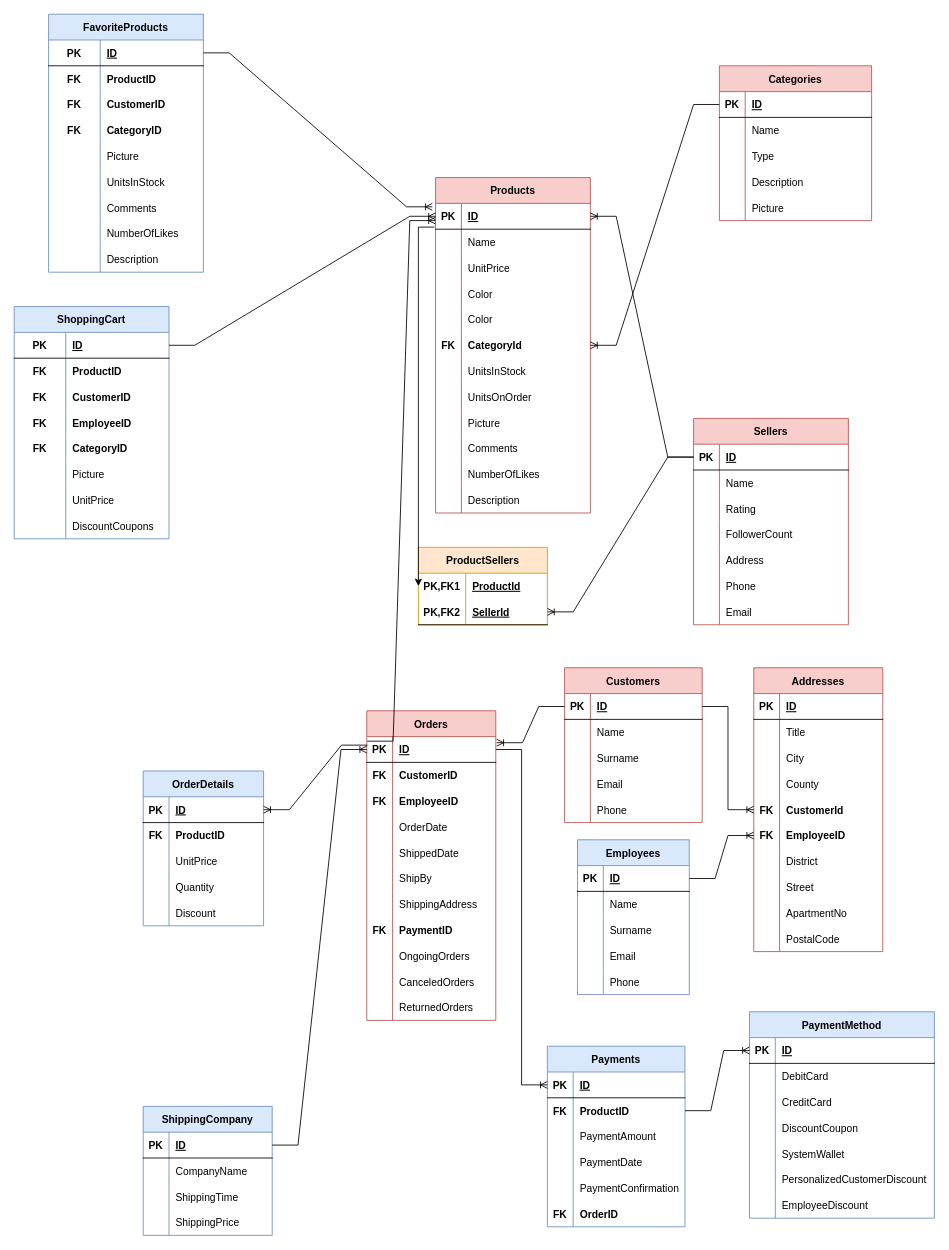
The draw.io diagram Untitled Diagram.drawio in HandeYetisen/AkademiOdevlerPair, before the edit. Source tidied: cells renumbered, new cells numbered last; positions are measured from the earlier drawing's top-left corner, leaving out a move shared by most shapes. Both pictures are drawn from the tidied source at 86%, with x=0, y=0 at pixel (14, 14).
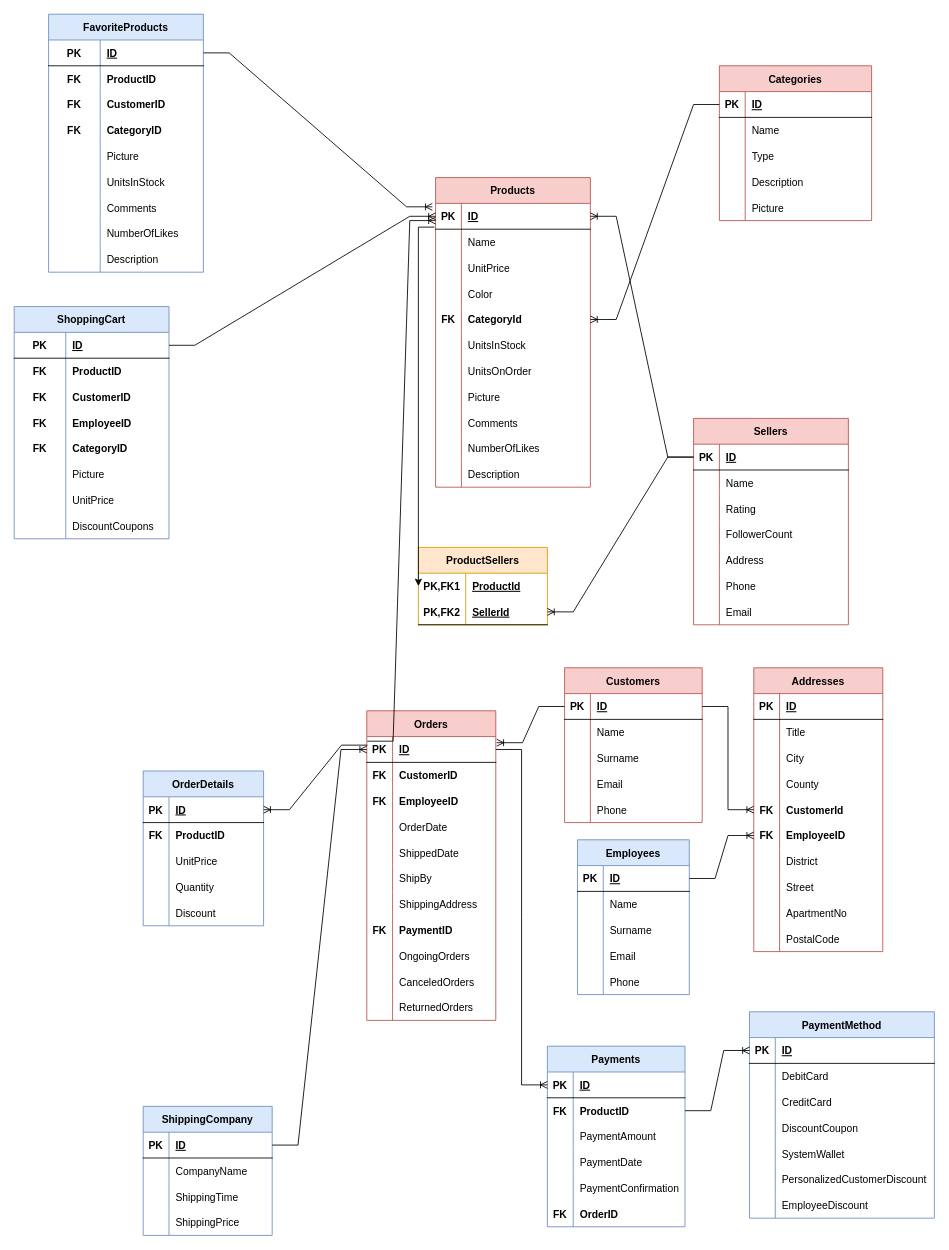
The same diagram, later.

Diff of the diagram source:
```diff
@@
     <mxCell id="2" value="Products" style="shape=table;startSize=30;childLayout=tableLayout;rowLines=0;fontStyle=1;align=center;fillColor=#f8cecc;strokeColor=#b85450;" parent="1" vertex="1">
-      <mxGeometry x="490" y="190" width="180" height="390" as="geometry" />
+      <mxGeometry x="490" y="190" width="180" height="360" as="geometry" />
     </mxCell>
@@
-    <mxCell id="15" style="shape=tableRow;horizontal=0;startSize=0;swimlaneHead=0;swimlaneBody=0;fillColor=none;top=0;left=0;right=0;bottom=0;" parent="2" vertex="1">
-      <mxGeometry y="150" width="180" height="30" as="geometry" />
-    </mxCell>
-    <mxCell id="16" style="shape=partialRectangle;fillColor=none;top=0;left=0;bottom=0;right=0;overflow=hidden;" parent="15" vertex="1">
-      <mxGeometry width="30" height="30" as="geometry" />
-    </mxCell>
-    <mxCell id="17" value="Color" style="shape=partialRectangle;fillColor=none;top=0;left=0;bottom=0;right=0;align=left;spacingLeft=6;overflow=hidden;" parent="15" vertex="1">
-      <mxGeometry x="30" width="150" height="30" as="geometry" />
-    </mxCell>
     <mxCell id="18" style="shape=tableRow;horizontal=0;startSize=0;swimlaneHead=0;swimlaneBody=0;fillColor=none;points=[[0,0.5],[1,0.5]];portConstraint=eastwest;top=0;left=0;right=0;bottom=0;" parent="2" vertex="1">
-      <mxGeometry y="180" width="180" height="30" as="geometry" />
+      <mxGeometry y="150" width="180" height="30" as="geometry" />
     </mxCell>
@@
     <mxCell id="21" style="shape=tableRow;horizontal=0;startSize=0;swimlaneHead=0;swimlaneBody=0;fillColor=none;top=0;left=0;right=0;bottom=0;" parent="2" vertex="1">
-      <mxGeometry y="210" width="180" height="30" as="geometry" />
+      <mxGeometry y="180" width="180" height="30" as="geometry" />
     </mxCell>
@@
     <mxCell id="24" style="shape=tableRow;horizontal=0;startSize=0;swimlaneHead=0;swimlaneBody=0;fillColor=none;top=0;left=0;right=0;bottom=0;" parent="2" vertex="1">
-      <mxGeometry y="240" width="180" height="30" as="geometry" />
+      <mxGeometry y="210" width="180" height="30" as="geometry" />
     </mxCell>
@@
     <mxCell id="27" style="shape=tableRow;horizontal=0;startSize=0;swimlaneHead=0;swimlaneBody=0;fillColor=none;top=0;left=0;right=0;bottom=0;" parent="2" vertex="1">
-      <mxGeometry y="270" width="180" height="30" as="geometry" />
+      <mxGeometry y="240" width="180" height="30" as="geometry" />
     </mxCell>
@@
     <mxCell id="30" style="shape=tableRow;horizontal=0;startSize=0;swimlaneHead=0;swimlaneBody=0;fillColor=none;top=0;left=0;right=0;bottom=0;" parent="2" vertex="1">
-      <mxGeometry y="300" width="180" height="30" as="geometry" />
+      <mxGeometry y="270" width="180" height="30" as="geometry" />
     </mxCell>
@@
     <mxCell id="33" style="shape=tableRow;horizontal=0;startSize=0;swimlaneHead=0;swimlaneBody=0;fillColor=none;top=0;left=0;right=0;bottom=0;" parent="2" vertex="1">
-      <mxGeometry y="330" width="180" height="30" as="geometry" />
+      <mxGeometry y="300" width="180" height="30" as="geometry" />
     </mxCell>
@@
     <mxCell id="36" style="shape=tableRow;horizontal=0;startSize=0;swimlaneHead=0;swimlaneBody=0;fillColor=none;top=0;left=0;right=0;bottom=0;" parent="2" vertex="1">
-      <mxGeometry y="360" width="180" height="30" as="geometry" />
+      <mxGeometry y="330" width="180" height="30" as="geometry" />
     </mxCell>
```
